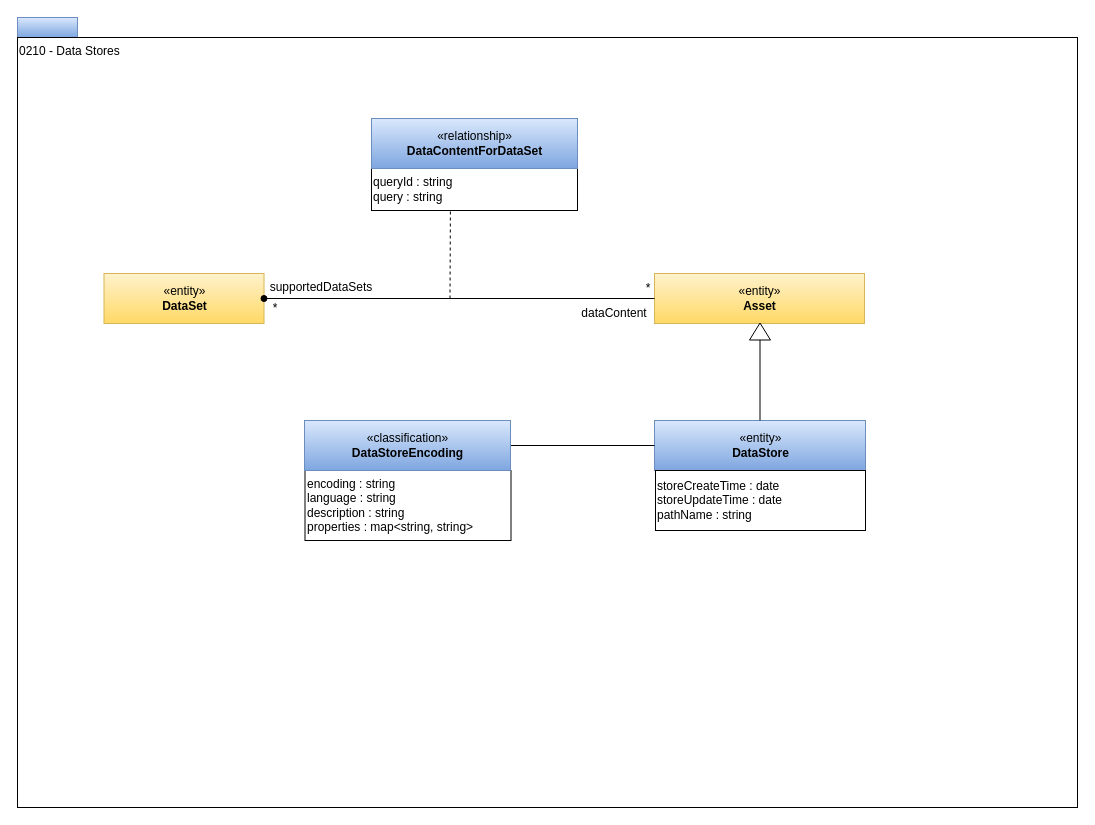
Before: page "0210-Data-Stores" (4 of 23) of site/docs/types/2/area-2-assets.drawio in odpi/egeria-docs, a draw.io diagram. Source tidied: cells renumbered, new cells numbered last; positions are measured from the earlier drawing's top-left corner, leaving out a move shared by most shapes. Both pictures are drawn from the tidied source at 100%, with x=0, y=0 at pixel (17, 17).
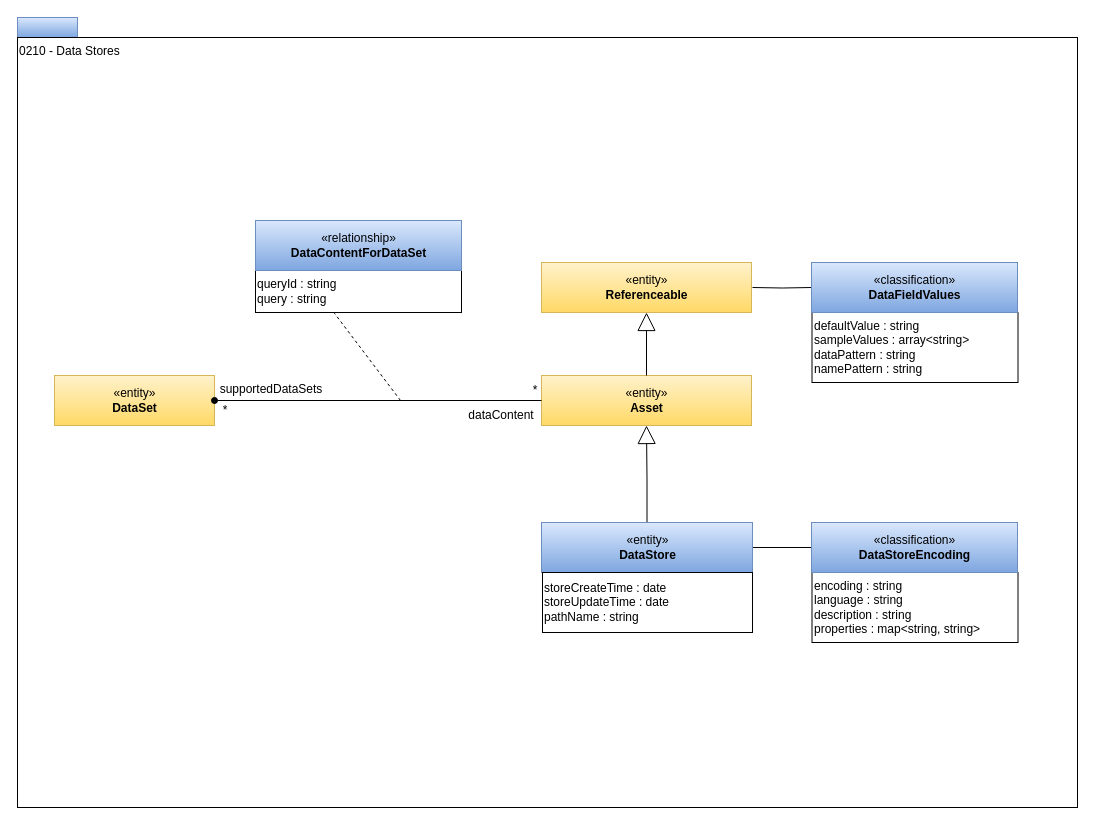
The same page after the edit.

What changed in the source:
```diff
@@
+    <mxCell id="21" style="edgeStyle=orthogonalEdgeStyle;rounded=0;jettySize=auto;html=1;exitX=0.5;exitY=0;exitDx=0;exitDy=0;entryX=0.5;entryY=1;entryDx=0;entryDy=0;endArrow=block;endFill=0;endSize=16;" parent="1" edge="1" source="4" target="5">
+      <mxGeometry relative="1" as="geometry" />
+    </mxCell>
+    <mxCell id="22" style="edgeStyle=orthogonalEdgeStyle;rounded=0;jettySize=auto;html=1;exitX=1;exitY=0.5;exitDx=0;exitDy=0;entryX=0;entryY=0.5;entryDx=0;entryDy=0;endArrow=none;endFill=0;" parent="1" edge="1" source="4" target="19">
+      <mxGeometry relative="1" as="geometry" />
+    </mxCell>
     <mxCell id="4" value="«entity»&lt;br&gt;&lt;b&gt;DataStore&lt;/b&gt;" style="html=1;strokeColor=#6c8ebf;align=center;fillColor=#dae8fc;gradientColor=#7ea6e0;" parent="1" vertex="1">
-      <mxGeometry x="637" y="403" width="211" height="50" as="geometry" />
+      <mxGeometry x="524" y="505" width="211" height="50" as="geometry" />
     </mxCell>
     <mxCell id="5" value="«entity»&lt;br&gt;&lt;b&gt;Asset&lt;/b&gt;" style="html=1;strokeColor=#d6b656;align=center;fillColor=#fff2cc;gradientColor=#ffd966;" parent="1" vertex="1">
-      <mxGeometry x="637" y="256" width="210" height="50" as="geometry" />
+      <mxGeometry x="524" y="358" width="210" height="50" as="geometry" />
     </mxCell>
-    <mxCell id="6" style="edgeStyle=orthogonalEdgeStyle;rounded=0;html=1;endArrow=none;endFill=0;jettySize=auto;entryX=0.5;entryY=0;" parent="1" edge="1" source="7" target="4">
-      <mxGeometry relative="1" as="geometry" />
-    </mxCell>
-    <mxCell id="7" style="triangle;whiteSpace=wrap;html=1;strokeColor=#000000;gradientColor=#ffffff;align=center;rotation=-90;" parent="1" vertex="1">
-      <mxGeometry x="734" y="303.5" width="17" height="21" as="geometry" />
-    </mxCell>
     <mxCell id="8" value="«entity»&lt;br&gt;&lt;b&gt;DataSet&lt;/b&gt;" style="html=1;strokeColor=#d6b656;align=center;fillColor=#fff2cc;gradientColor=#ffd966;" parent="1" vertex="1">
-      <mxGeometry x="86.5" y="256" width="160" height="50" as="geometry" />
+      <mxGeometry x="37" y="358" width="160" height="50" as="geometry" />
     </mxCell>
@@
     <mxCell id="10" value="*" style="text;html=1;strokeColor=none;fillColor=none;align=center;verticalAlign=middle;whiteSpace=wrap;rounded=0;" parent="1" vertex="1">
-      <mxGeometry x="610.5" y="261" width="40" height="20" as="geometry" />
+      <mxGeometry x="497.5" y="363" width="40" height="20" as="geometry" />
     </mxCell>
     <mxCell id="11" value="dataContent" style="text;html=1;strokeColor=none;fillColor=none;align=center;verticalAlign=middle;whiteSpace=wrap;rounded=0;" parent="1" vertex="1">
-      <mxGeometry x="557" y="286" width="80" height="20" as="geometry" />
+      <mxGeometry x="444" y="388" width="80" height="20" as="geometry" />
     </mxCell>
     <mxCell id="12" value="supportedDataSets" style="text;html=1;strokeColor=none;fillColor=none;align=center;verticalAlign=middle;whiteSpace=wrap;rounded=0;" parent="1" vertex="1">
-      <mxGeometry x="253.5" y="260" width="100" height="20" as="geometry" />
+      <mxGeometry x="204" y="362" width="100" height="20" as="geometry" />
     </mxCell>
     <mxCell id="13" value="*" style="text;html=1;strokeColor=none;fillColor=none;align=center;verticalAlign=middle;whiteSpace=wrap;rounded=0;" parent="1" vertex="1">
-      <mxGeometry x="247.5" y="281" width="20" height="20" as="geometry" />
+      <mxGeometry x="198" y="383" width="20" height="20" as="geometry" />
     </mxCell>
     <mxCell id="14" style="endArrow=none;dashed=1;html=1;entryX=0.383;entryY=1.017;entryPerimeter=0;" parent="1" edge="1" target="15">
       <mxGeometry relative="1" as="geometry">
-        <mxPoint x="432.5" y="281" as="sourcePoint" />
+        <mxPoint x="383" y="383" as="sourcePoint" />
       </mxGeometry>
     </mxCell>
     <mxCell id="15" value="queryId : string&lt;br&gt;query : string" style="rounded=0;whiteSpace=wrap;html=1;strokeColor=#000000;gradientColor=#ffffff;align=left;" parent="1" vertex="1">
-      <mxGeometry x="354" y="151" width="206" height="42" as="geometry" />
+      <mxGeometry x="238" y="253" width="206" height="42" as="geometry" />
     </mxCell>
     <mxCell id="16" value="«relationship»&lt;br&gt;&lt;b&gt;DataContentForDataSet&lt;/b&gt;" style="html=1;strokeColor=#6c8ebf;align=center;fillColor=#dae8fc;gradientColor=#7ea6e0;" parent="1" vertex="1">
-      <mxGeometry x="354" y="101" width="206" height="50" as="geometry" />
+      <mxGeometry x="238" y="203" width="206" height="50" as="geometry" />
     </mxCell>
     <mxCell id="17" value="encoding : string&lt;br&gt;language : string&lt;br&gt;description : string&lt;br&gt;properties : map&amp;lt;string, string&amp;gt;&lt;br&gt;" style="rounded=0;whiteSpace=wrap;html=1;strokeColor=#000000;gradientColor=#ffffff;align=left;" parent="1" vertex="1">
-      <mxGeometry x="287.5" y="453" width="206" height="70" as="geometry" />
+      <mxGeometry x="794.5" y="555" width="206" height="70" as="geometry" />
     </mxCell>
-    <mxCell id="18" style="edgeStyle=orthogonalEdgeStyle;rounded=0;html=1;exitX=1;exitY=0.5;entryX=0;entryY=0.5;endArrow=none;endFill=0;jettySize=auto;" parent="1" edge="1" source="19" target="4">
-      <mxGeometry relative="1" as="geometry" />
-    </mxCell>
     <mxCell id="19" value="«classification»&lt;br&gt;&lt;b&gt;DataStoreEncoding&lt;/b&gt;" style="html=1;strokeColor=#6c8ebf;align=center;fillColor=#dae8fc;gradientColor=#7ea6e0;" parent="1" vertex="1">
-      <mxGeometry x="287" y="403" width="206" height="50" as="geometry" />
+      <mxGeometry x="794" y="505" width="206" height="50" as="geometry" />
     </mxCell>
     <mxCell id="20" value="storeCreateTime : date&lt;br&gt;storeUpdateTime : date&lt;br&gt;pathName : string" style="rounded=0;whiteSpace=wrap;html=1;strokeColor=#000000;gradientColor=#ffffff;align=left;" parent="1" vertex="1">
-      <mxGeometry x="638" y="453" width="210" height="60" as="geometry" />
+      <mxGeometry x="525" y="555" width="210" height="60" as="geometry" />
     </mxCell>
+    <mxCell id="23" style="edgeStyle=orthogonalEdgeStyle;rounded=0;jettySize=auto;html=1;exitX=0.5;exitY=0;exitDx=0;exitDy=0;entryX=0.5;entryY=1;entryDx=0;entryDy=0;endArrow=block;endFill=0;endSize=16;" parent="1" edge="1" source="5" target="24">
+      <mxGeometry relative="1" as="geometry" />
+    </mxCell>
+    <mxCell id="24" value="«entity»&lt;br&gt;&lt;b&gt;Referenceable&lt;/b&gt;" style="html=1;strokeColor=#d6b656;align=center;fillColor=#fff2cc;gradientColor=#ffd966;" parent="1" vertex="1">
+      <mxGeometry x="524" y="245" width="210" height="50" as="geometry" />
+    </mxCell>
+    <mxCell id="25" style="edgeStyle=orthogonalEdgeStyle;rounded=0;jettySize=auto;html=1;exitX=1;exitY=0.5;exitDx=0;exitDy=0;entryX=0;entryY=0.5;entryDx=0;entryDy=0;endArrow=none;endFill=0;" parent="1" edge="1" target="27">
+      <mxGeometry relative="1" as="geometry">
+        <mxPoint x="735" y="270" as="sourcePoint" />
+      </mxGeometry>
+    </mxCell>
+    <mxCell id="26" value="defaultValue : string&lt;br&gt;sampleValues : array&amp;lt;string&amp;gt;&lt;br&gt;dataPattern : string&lt;br&gt;namePattern : string" style="rounded=0;whiteSpace=wrap;html=1;strokeColor=#000000;gradientColor=#ffffff;align=left;" parent="1" vertex="1">
+      <mxGeometry x="794.5" y="295" width="206" height="70" as="geometry" />
+    </mxCell>
+    <mxCell id="27" value="«classification»&lt;br&gt;&lt;b&gt;DataFieldValues&lt;/b&gt;" style="html=1;strokeColor=#6c8ebf;align=center;fillColor=#dae8fc;gradientColor=#7ea6e0;" parent="1" vertex="1">
+      <mxGeometry x="794" y="245" width="206" height="50" as="geometry" />
+    </mxCell>
```
